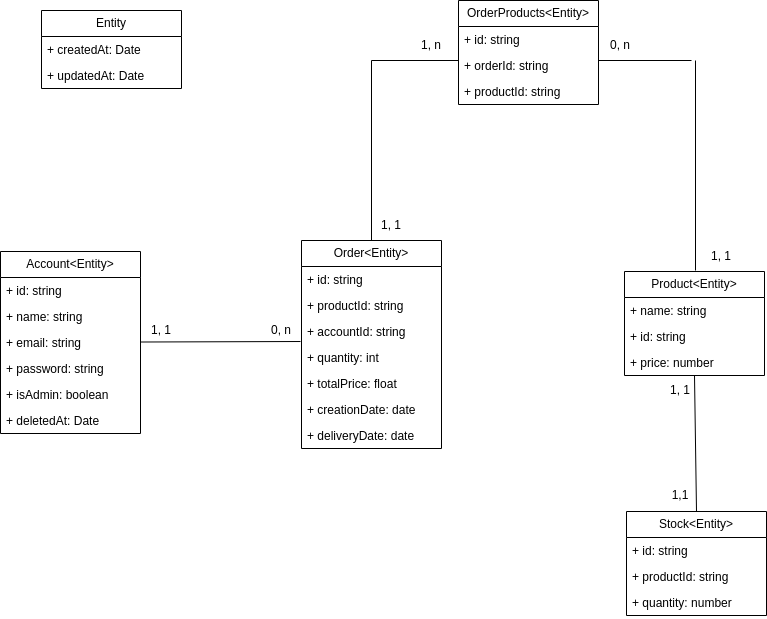
Earlier version of the draw.io export CheeseCentral.drawio.png (joaosantosmedeiros/Central-do-Queijo). Source tidied: cells renumbered, new cells last; positions are measured from the earlier drawing's top-left corner, leaving out a move shared by most shapes.
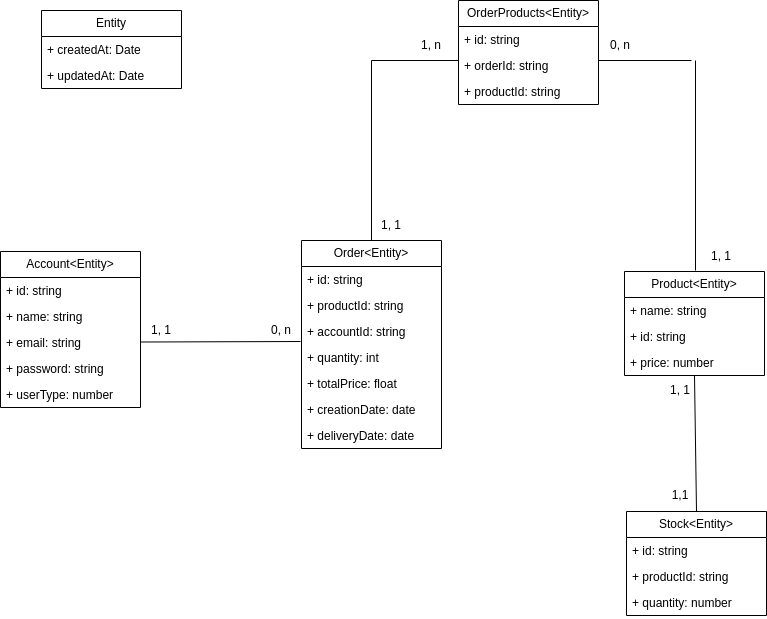
After the commit.

Diff of the diagram source:
```diff
@@ -3,7 +3,7 @@
     <mxCell id="0" />
     <mxCell id="1" parent="0" />
     <mxCell id="2" value="Account&amp;lt;Entity&amp;gt;" style="swimlane;fontStyle=0;horizontal=1;startSize=26;fillColor=none;whiteSpace=wrap;html=1;" parent="1" vertex="1">
-      <mxGeometry y="251" width="140" height="182" as="geometry" />
+      <mxGeometry y="251" width="140" height="156" as="geometry" />
     </mxCell>
     <mxCell id="3" value="+ id: string" style="text;strokeColor=none;fillColor=none;align=left;verticalAlign=top;spacingLeft=4;spacingRight=4;overflow=hidden;whiteSpace=wrap;html=1;" parent="2" vertex="1">
       <mxGeometry y="26" width="140" height="26" as="geometry" />
@@ -17,12 +17,9 @@
     <mxCell id="6" value="+ password: string" style="text;strokeColor=none;fillColor=none;align=left;verticalAlign=top;spacingLeft=4;spacingRight=4;overflow=hidden;whiteSpace=wrap;html=1;" parent="2" vertex="1">
       <mxGeometry y="104" width="140" height="26" as="geometry" />
     </mxCell>
-    <mxCell id="7" value="+ isAdmin: boolean" style="text;strokeColor=none;fillColor=none;align=left;verticalAlign=top;spacingLeft=4;spacingRight=4;overflow=hidden;whiteSpace=wrap;html=1;" parent="2" vertex="1">
+    <mxCell id="7" value="+ userType: number" style="text;strokeColor=none;fillColor=none;align=left;verticalAlign=top;spacingLeft=4;spacingRight=4;overflow=hidden;whiteSpace=wrap;html=1;" parent="2" vertex="1">
       <mxGeometry y="130" width="140" height="26" as="geometry" />
     </mxCell>
-    <mxCell id="8" value="+ deletedAt: Date" style="text;strokeColor=none;fillColor=none;align=left;verticalAlign=top;spacingLeft=4;spacingRight=4;overflow=hidden;whiteSpace=wrap;html=1;" parent="2" vertex="1">
-      <mxGeometry y="156" width="140" height="26" as="geometry" />
-    </mxCell>
     <mxCell id="9" value="Product&amp;lt;Entity&amp;gt;" style="swimlane;fontStyle=0;horizontal=1;startSize=26;fillColor=none;whiteSpace=wrap;html=1;" parent="1" vertex="1">
       <mxGeometry x="624" y="271" width="140" height="104" as="geometry" />
     </mxCell>
```
